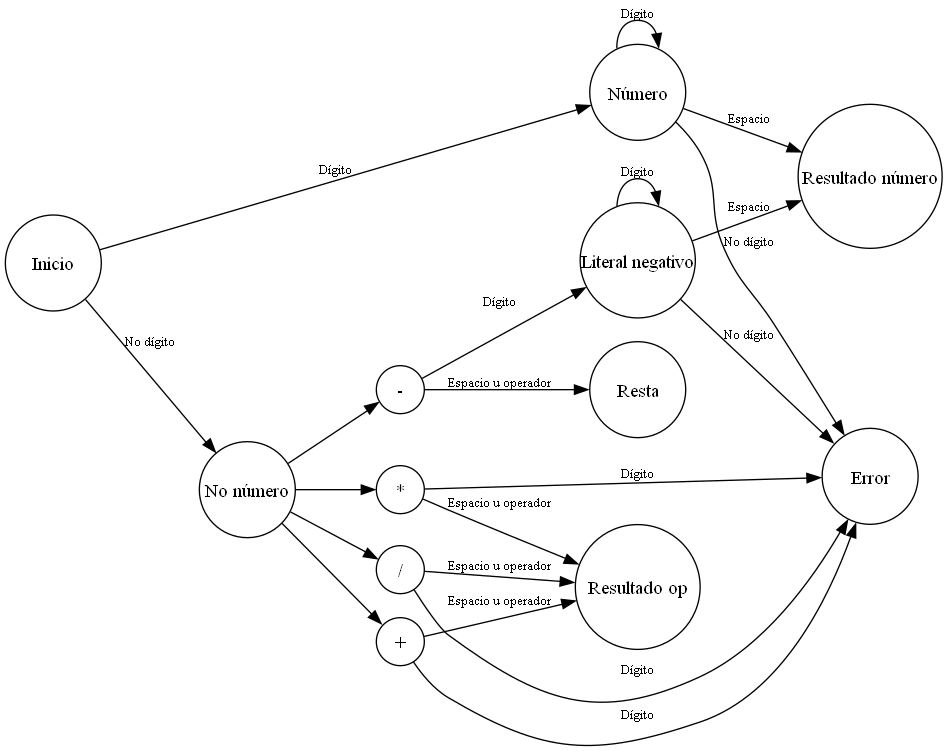
Before: PolCalc/maquinadeestado.png, a diagram exported from Graphviz (SebaR1/Tp-SSL-Equipo1-2023). Its source is kept beside it as PolCalc/maquinadeestado.gv.
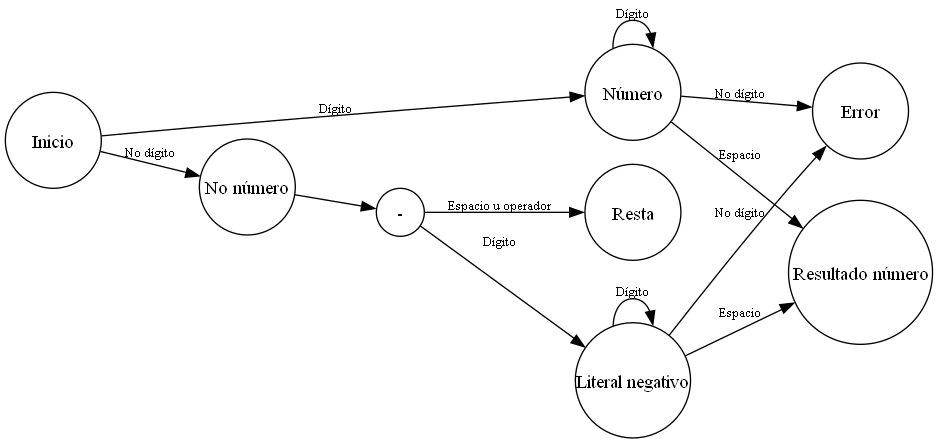
Above is the later version.

Diff of the diagram source:
```diff
@@ -7,35 +7,22 @@
 Num [label="Número",fixedsize="true", width=1, height=0.8];
 Nonum[label="No número",fixedsize="true", width=1, height=0.8];
 Err [label="Error",fixedsize="true",width=1, height=0.8];
-mas [label="+",fixedsize="true"];
-por [label="*",fixedsize="true"];
-div [label="/",fixedsize="true"];
 res [label="-",fixedsize="true"];
 Lit [label="Literal negativo",fixedsize="true", width=1.2, height=0.8];
 Resta [label="Resta",fixedsize="true",width=1, height=0.8];
 ResultNum [label="Resultado número",fixedsize="true",width=1.5, height=0.8];
-ResultOp [label="Resultado op",fixedsize="true",width=1.3, height=0.8];
 
 I -> Num [label="Dígito", fontsize="10"];
 Num -> Err [label = "No dígito", labeldistance="1" , fontsize="10"];
 Num -> Num [label = "Dígito", labeldistance="1" ,fontsize="10"];
 I -> Nonum [label = "No dígito" ,fontsize="10"];
-Nonum -> mas []
-Nonum -> por []
-Nonum -> div []
 Nonum -> res []
 res -> Lit [label = "Dígito" ,fontsize="10"]
 res -> Resta [label = "Espacio u operador" ,fontsize="10"]
-mas -> Err [label = "Dígito",fontsize="10"]
-por -> Err [label = "Dígito",fontsize="10"]
-div -> Err [label = "Dígito",fontsize="10"]
 Lit -> Err [label = "No dígito",fontsize="10"]
 Lit -> Lit [label = "Dígito", labeldistance="1" ,fontsize="10"];
 Num -> ResultNum [label = "Espacio",fontsize="10"]
 
-mas -> ResultOp [label = "Espacio u operador",fontsize="10"]
-por -> ResultOp [label = "Espacio u operador",fontsize="10"]
-div -> ResultOp [label = "Espacio u operador",fontsize="10"]
 Lit -> ResultNum [label = "Espacio",fontsize="10"]
 
 
```
